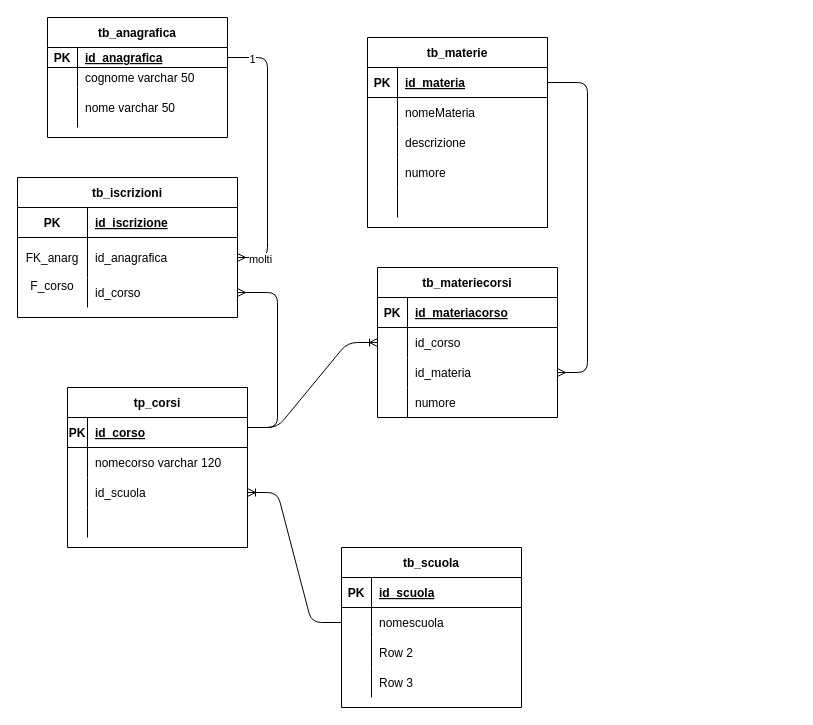
andreabesso/andreabesso keeps this draw.io diagram as Untitled Diagram.drawio. Above is the earlier version. Source tidied: cells renumbered, new cells numbered last; positions are measured from the earlier drawing's top-left corner, leaving out a move shared by most shapes. Both pictures are drawn from the tidied source at 100%, with x=0, y=0 at pixel (17, 17).
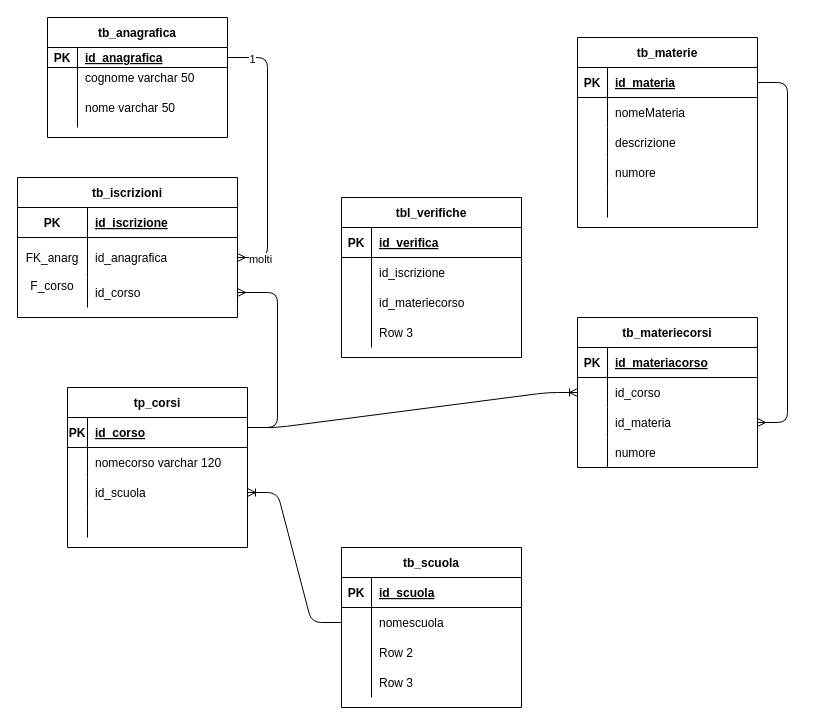
After the change.

Change to the diagram source:
```diff
@@
     <mxCell id="25" value="tb_materiecorsi" style="shape=table;startSize=30;childLayout=tableLayout;rowLines=0;fontStyle=1;align=center;" parent="1" vertex="1">
-      <mxGeometry x="360" y="250" width="180" height="150" as="geometry" />
+      <mxGeometry x="560" y="300" width="180" height="150" as="geometry" />
     </mxCell>
@@
     <mxCell id="68" value="tb_materie" style="shape=table;startSize=30;childLayout=tableLayout;rowLines=0;fontStyle=1;align=center;" parent="1" vertex="1">
-      <mxGeometry x="350" y="20" width="180" height="190" as="geometry" />
+      <mxGeometry x="560" y="20" width="180" height="190" as="geometry" />
     </mxCell>
@@
+    <mxCell id="84" value="tbl_verifiche" style="shape=table;startSize=30;childLayout=tableLayout;rowLines=0;fontStyle=1;align=center;" parent="1" vertex="1">
+      <mxGeometry x="324" y="180" width="180" height="160" as="geometry" />
+    </mxCell>
+    <mxCell id="85" style="shape=partialRectangle;fillColor=none;top=0;left=0;bottom=1;right=0;" parent="84" vertex="1">
+      <mxGeometry y="30" width="180" height="30" as="geometry" />
+    </mxCell>
+    <mxCell id="86" value="PK" style="shape=partialRectangle;fillColor=none;top=0;left=0;bottom=0;right=0;fontStyle=1;overflow=hidden;" parent="85" vertex="1">
+      <mxGeometry width="30" height="30" as="geometry" />
+    </mxCell>
+    <mxCell id="87" value="id_verifica" style="shape=partialRectangle;fillColor=none;top=0;left=0;bottom=0;right=0;align=left;spacingLeft=6;fontStyle=5;overflow=hidden;" parent="85" vertex="1">
+      <mxGeometry x="30" width="150" height="30" as="geometry" />
+    </mxCell>
+    <mxCell id="88" style="shape=partialRectangle;fillColor=none;top=0;left=0;bottom=0;right=0;" parent="84" vertex="1">
+      <mxGeometry y="60" width="180" height="30" as="geometry" />
+    </mxCell>
+    <mxCell id="89" style="shape=partialRectangle;fillColor=none;top=0;left=0;bottom=0;right=0;overflow=hidden;" parent="88" vertex="1">
+      <mxGeometry width="30" height="30" as="geometry" />
+    </mxCell>
+    <mxCell id="90" value="id_iscrizione" style="shape=partialRectangle;fillColor=none;top=0;left=0;bottom=0;right=0;align=left;spacingLeft=6;overflow=hidden;" parent="88" vertex="1">
+      <mxGeometry x="30" width="150" height="30" as="geometry" />
+    </mxCell>
+    <mxCell id="91" style="shape=partialRectangle;fillColor=none;top=0;left=0;bottom=0;right=0;" parent="84" vertex="1">
+      <mxGeometry y="90" width="180" height="30" as="geometry" />
+    </mxCell>
+    <mxCell id="92" style="shape=partialRectangle;fillColor=none;top=0;left=0;bottom=0;right=0;overflow=hidden;" parent="91" vertex="1">
+      <mxGeometry width="30" height="30" as="geometry" />
+    </mxCell>
+    <mxCell id="93" value="id_materiecorso" style="shape=partialRectangle;fillColor=none;top=0;left=0;bottom=0;right=0;align=left;spacingLeft=6;overflow=hidden;" parent="91" vertex="1">
+      <mxGeometry x="30" width="150" height="30" as="geometry" />
+    </mxCell>
+    <mxCell id="94" style="shape=partialRectangle;fillColor=none;top=0;left=0;bottom=0;right=0;" parent="84" vertex="1">
+      <mxGeometry y="120" width="180" height="30" as="geometry" />
+    </mxCell>
+    <mxCell id="95" style="shape=partialRectangle;fillColor=none;top=0;left=0;bottom=0;right=0;overflow=hidden;" parent="94" vertex="1">
+      <mxGeometry width="30" height="30" as="geometry" />
+    </mxCell>
+    <mxCell id="96" value="Row 3" style="shape=partialRectangle;fillColor=none;top=0;left=0;bottom=0;right=0;align=left;spacingLeft=6;overflow=hidden;" parent="94" vertex="1">
+      <mxGeometry x="30" width="150" height="30" as="geometry" />
+    </mxCell>
```
